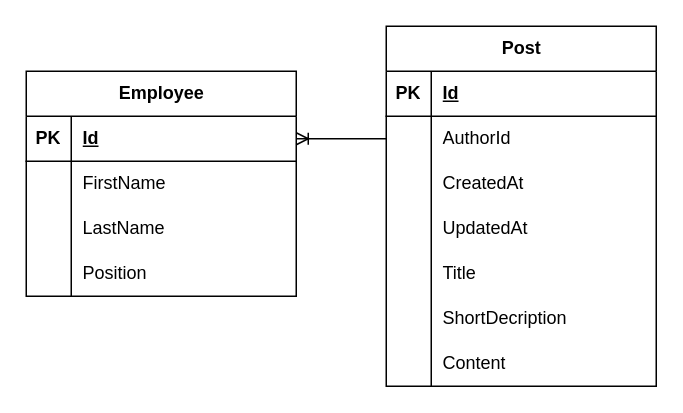
Before: Description/Newsfeed/NewsFeed.drawio in Fox5113/corporate-social-system, a draw.io diagram. Source tidied: cells renumbered, new cells numbered last; positions are measured from the earlier drawing's top-left corner, leaving out a move shared by most shapes. Both pictures are drawn from the tidied source at 150%, with x=0, y=0 at pixel (26, 26).
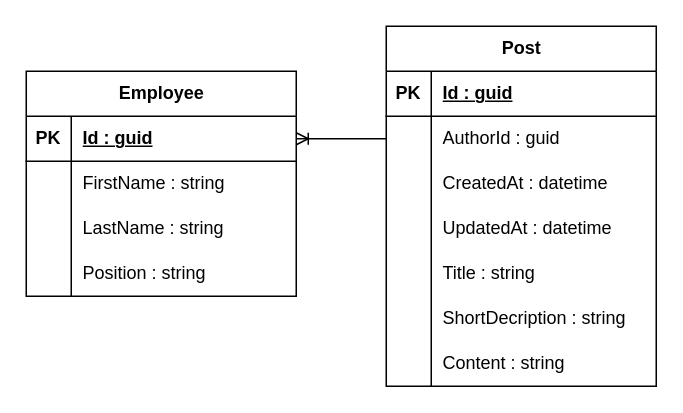
After the change.

The change refers to these unchanged cells:
```xml
<mxCell id="3" style="shape=tableRow;horizontal=0;startSize=0;swimlaneHead=0;swimlaneBody=0;fillColor=none;top=0;left=0;right=0;bottom=1;" parent="2" vertex="1">
  <mxGeometry y="30" width="180" height="30" as="geometry" />
</mxCell>
<mxCell id="6" style="shape=tableRow;horizontal=0;startSize=0;swimlaneHead=0;swimlaneBody=0;fillColor=none;points=[[0,0.5],[1,0.5]];portConstraint=eastwest;top=0;left=0;right=0;bottom=0;" parent="2" vertex="1">
  <mxGeometry y="60" width="180" height="30" as="geometry" />
</mxCell>
<mxCell id="9" style="shape=tableRow;horizontal=0;startSize=0;swimlaneHead=0;swimlaneBody=0;fillColor=none;top=0;left=0;right=0;bottom=0;" parent="2" vertex="1">
  <mxGeometry y="90" width="180" height="30" as="geometry" />
</mxCell>
<mxCell id="12" style="shape=tableRow;horizontal=0;startSize=0;swimlaneHead=0;swimlaneBody=0;fillColor=none;top=0;left=0;right=0;bottom=0;" parent="2" vertex="1">
  <mxGeometry y="120" width="180" height="30" as="geometry" />
</mxCell>
<mxCell id="15" style="shape=tableRow;horizontal=0;startSize=0;swimlaneHead=0;swimlaneBody=0;fillColor=none;top=0;left=0;right=0;bottom=0;" parent="2" vertex="1">
  <mxGeometry y="150" width="180" height="30" as="geometry" />
</mxCell>
<mxCell id="18" style="shape=tableRow;horizontal=0;startSize=0;swimlaneHead=0;swimlaneBody=0;fillColor=none;top=0;left=0;right=0;bottom=0;" parent="2" vertex="1">
  <mxGeometry y="180" width="180" height="30" as="geometry" />
</mxCell>
<mxCell id="21" style="shape=tableRow;horizontal=0;startSize=0;swimlaneHead=0;swimlaneBody=0;fillColor=none;top=0;left=0;right=0;bottom=0;" parent="2" vertex="1">
  <mxGeometry y="210" width="180" height="30" as="geometry" />
</mxCell>
<mxCell id="25" style="shape=tableRow;horizontal=0;startSize=0;swimlaneHead=0;swimlaneBody=0;fillColor=none;points=[[0,0.5],[1,0.5]];portConstraint=eastwest;top=0;left=0;right=0;bottom=1;" parent="24" vertex="1">
  <mxGeometry y="30" width="180" height="30" as="geometry" />
</mxCell>
<mxCell id="28" style="shape=tableRow;horizontal=0;startSize=0;swimlaneHead=0;swimlaneBody=0;fillColor=none;top=0;left=0;right=0;bottom=0;" parent="24" vertex="1">
  <mxGeometry y="60" width="180" height="30" as="geometry" />
</mxCell>
<mxCell id="31" style="shape=tableRow;horizontal=0;startSize=0;swimlaneHead=0;swimlaneBody=0;fillColor=none;top=0;left=0;right=0;bottom=0;" parent="24" vertex="1">
  <mxGeometry y="90" width="180" height="30" as="geometry" />
</mxCell>
<mxCell id="34" style="shape=tableRow;horizontal=0;startSize=0;swimlaneHead=0;swimlaneBody=0;fillColor=none;top=0;left=0;right=0;bottom=0;" parent="24" vertex="1">
  <mxGeometry y="120" width="180" height="30" as="geometry" />
</mxCell>
```

What changed in the source:
```diff
@@
-    <mxCell id="5" value="Id" style="shape=partialRectangle;fillColor=none;top=0;left=0;bottom=0;right=0;align=left;spacingLeft=6;fontStyle=5;overflow=hidden;whiteSpace=wrap;html=1;" parent="3" vertex="1">
+    <mxCell id="5" value="Id : guid" style="shape=partialRectangle;fillColor=none;top=0;left=0;bottom=0;right=0;align=left;spacingLeft=6;fontStyle=5;overflow=hidden;whiteSpace=wrap;html=1;" parent="3" vertex="1">
       <mxGeometry x="30" width="150" height="30" as="geometry" />
     </mxCell>
@@
-    <mxCell id="8" value="AuthorId" style="shape=partialRectangle;fillColor=none;top=0;left=0;bottom=0;right=0;align=left;spacingLeft=6;overflow=hidden;whiteSpace=wrap;html=1;" parent="6" vertex="1">
+    <mxCell id="8" value="AuthorId : guid" style="shape=partialRectangle;fillColor=none;top=0;left=0;bottom=0;right=0;align=left;spacingLeft=6;overflow=hidden;whiteSpace=wrap;html=1;" parent="6" vertex="1">
       <mxGeometry x="30" width="150" height="30" as="geometry" />
     </mxCell>
@@
-    <mxCell id="11" value="CreatedAt" style="shape=partialRectangle;fillColor=none;top=0;left=0;bottom=0;right=0;align=left;spacingLeft=6;overflow=hidden;whiteSpace=wrap;html=1;" parent="9" vertex="1">
+    <mxCell id="11" value="CreatedAt : datetime" style="shape=partialRectangle;fillColor=none;top=0;left=0;bottom=0;right=0;align=left;spacingLeft=6;overflow=hidden;whiteSpace=wrap;html=1;" parent="9" vertex="1">
       <mxGeometry x="30" width="150" height="30" as="geometry" />
     </mxCell>
@@
-    <mxCell id="14" value="UpdatedAt" style="shape=partialRectangle;fillColor=none;top=0;left=0;bottom=0;right=0;align=left;spacingLeft=6;overflow=hidden;whiteSpace=wrap;html=1;" parent="12" vertex="1">
+    <mxCell id="14" value="UpdatedAt : datetime" style="shape=partialRectangle;fillColor=none;top=0;left=0;bottom=0;right=0;align=left;spacingLeft=6;overflow=hidden;whiteSpace=wrap;html=1;" parent="12" vertex="1">
       <mxGeometry x="30" width="150" height="30" as="geometry" />
     </mxCell>
@@
-    <mxCell id="17" value="Title" style="shape=partialRectangle;fillColor=none;top=0;left=0;bottom=0;right=0;align=left;spacingLeft=6;overflow=hidden;whiteSpace=wrap;html=1;" parent="15" vertex="1">
+    <mxCell id="17" value="Title : string" style="shape=partialRectangle;fillColor=none;top=0;left=0;bottom=0;right=0;align=left;spacingLeft=6;overflow=hidden;whiteSpace=wrap;html=1;" parent="15" vertex="1">
       <mxGeometry x="30" width="150" height="30" as="geometry" />
     </mxCell>
@@
-    <mxCell id="20" value="ShortDecription" style="shape=partialRectangle;fillColor=none;top=0;left=0;bottom=0;right=0;align=left;spacingLeft=6;overflow=hidden;whiteSpace=wrap;html=1;" parent="18" vertex="1">
+    <mxCell id="20" value="ShortDecription : string" style="shape=partialRectangle;fillColor=none;top=0;left=0;bottom=0;right=0;align=left;spacingLeft=6;overflow=hidden;whiteSpace=wrap;html=1;" parent="18" vertex="1">
       <mxGeometry x="30" width="150" height="30" as="geometry" />
     </mxCell>
@@
-    <mxCell id="23" value="Content" style="shape=partialRectangle;fillColor=none;top=0;left=0;bottom=0;right=0;align=left;spacingLeft=6;overflow=hidden;whiteSpace=wrap;html=1;" parent="21" vertex="1">
+    <mxCell id="23" value="Content : string" style="shape=partialRectangle;fillColor=none;top=0;left=0;bottom=0;right=0;align=left;spacingLeft=6;overflow=hidden;whiteSpace=wrap;html=1;" parent="21" vertex="1">
       <mxGeometry x="30" width="150" height="30" as="geometry" />
     </mxCell>
@@
-    <mxCell id="27" value="Id" style="shape=partialRectangle;fillColor=none;top=0;left=0;bottom=0;right=0;align=left;spacingLeft=6;fontStyle=5;overflow=hidden;whiteSpace=wrap;html=1;" parent="25" vertex="1">
+    <mxCell id="27" value="Id : guid" style="shape=partialRectangle;fillColor=none;top=0;left=0;bottom=0;right=0;align=left;spacingLeft=6;fontStyle=5;overflow=hidden;whiteSpace=wrap;html=1;" parent="25" vertex="1">
       <mxGeometry x="30" width="150" height="30" as="geometry" />
     </mxCell>
@@
-    <mxCell id="30" value="FirstName" style="shape=partialRectangle;fillColor=none;top=0;left=0;bottom=0;right=0;align=left;spacingLeft=6;overflow=hidden;whiteSpace=wrap;html=1;" parent="28" vertex="1">
+    <mxCell id="30" value="FirstName : string" style="shape=partialRectangle;fillColor=none;top=0;left=0;bottom=0;right=0;align=left;spacingLeft=6;overflow=hidden;whiteSpace=wrap;html=1;" parent="28" vertex="1">
       <mxGeometry x="30" width="150" height="30" as="geometry" />
     </mxCell>
@@
-    <mxCell id="33" value="LastName" style="shape=partialRectangle;fillColor=none;top=0;left=0;bottom=0;right=0;align=left;spacingLeft=6;overflow=hidden;whiteSpace=wrap;html=1;" parent="31" vertex="1">
+    <mxCell id="33" value="LastName : string" style="shape=partialRectangle;fillColor=none;top=0;left=0;bottom=0;right=0;align=left;spacingLeft=6;overflow=hidden;whiteSpace=wrap;html=1;" parent="31" vertex="1">
       <mxGeometry x="30" width="150" height="30" as="geometry" />
     </mxCell>
@@
-    <mxCell id="36" value="Position" style="shape=partialRectangle;fillColor=none;top=0;left=0;bottom=0;right=0;align=left;spacingLeft=6;overflow=hidden;whiteSpace=wrap;html=1;" parent="34" vertex="1">
+    <mxCell id="36" value="Position : string" style="shape=partialRectangle;fillColor=none;top=0;left=0;bottom=0;right=0;align=left;spacingLeft=6;overflow=hidden;whiteSpace=wrap;html=1;" parent="34" vertex="1">
       <mxGeometry x="30" width="150" height="30" as="geometry" />
     </mxCell>
```
